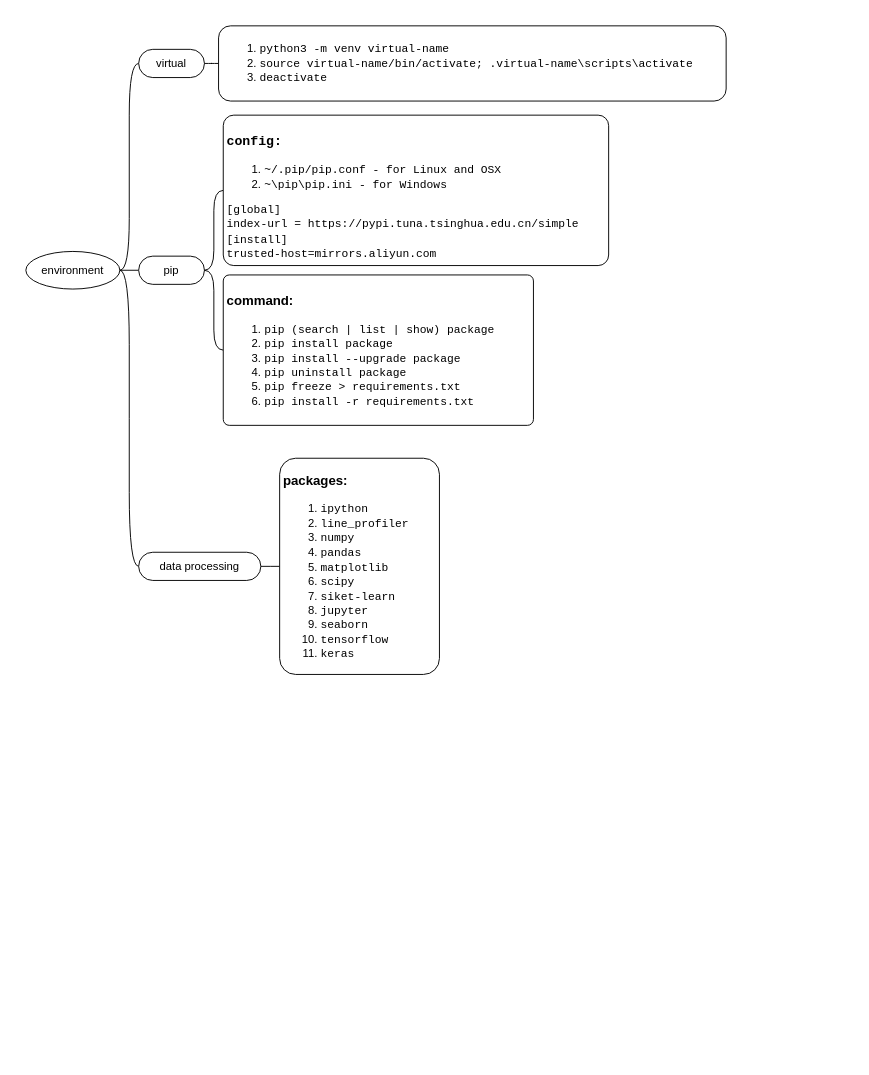
Before: page "config" (1 of 2) of python/python.drawio in yangdj/tf_docs, a draw.io diagram. Source tidied: cells renumbered, new cells numbered last; positions are measured from the earlier drawing's top-left corner, leaving out a move shared by most shapes. Both pictures are drawn from the tidied source at 94%, with x=0, y=0 at pixel (16, 16).
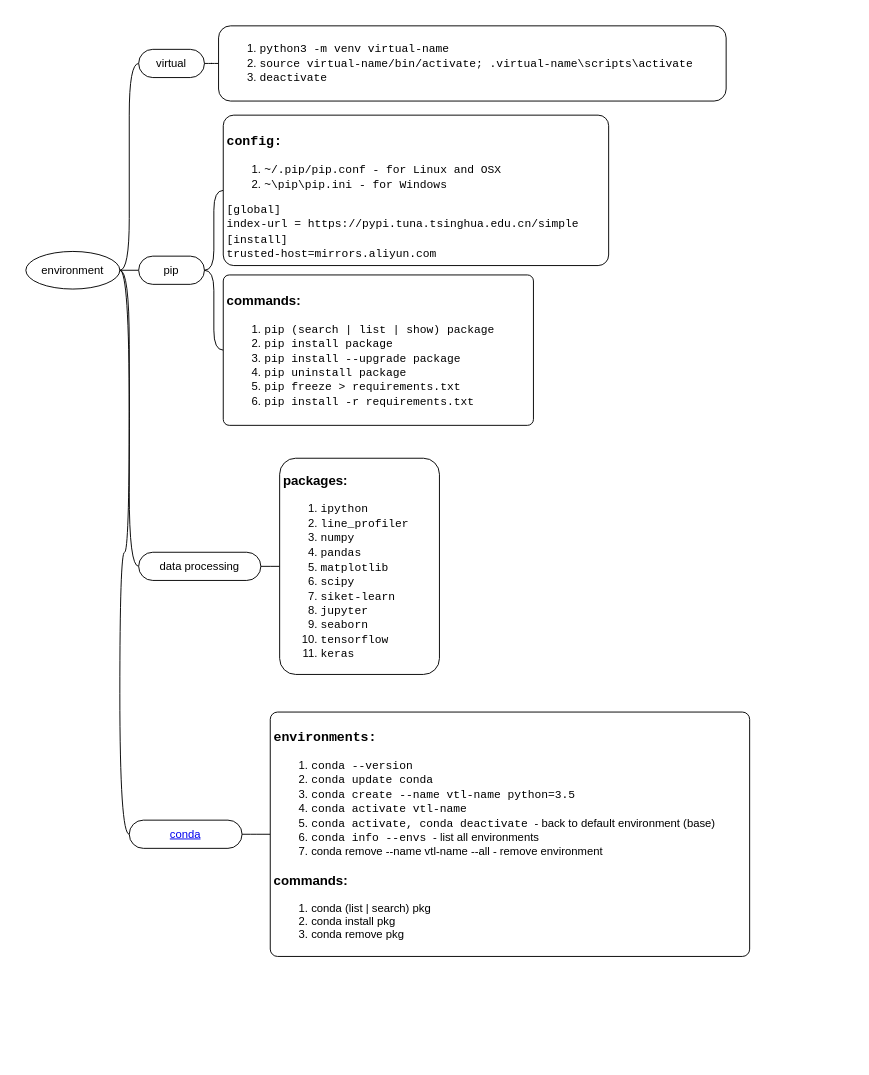
The same diagram, later.

Unchanged cells that the change refers to:
```xml
<mxCell id="4" value="environment" style="ellipse;whiteSpace=wrap;html=1;align=center;newEdgeStyle={&quot;edgeStyle&quot;:&quot;entityRelationEdgeStyle&quot;,&quot;startArrow&quot;:&quot;none&quot;,&quot;endArrow&quot;:&quot;none&quot;,&quot;segment&quot;:10,&quot;curved&quot;:1};" parent="2" vertex="1">
  <mxGeometry x="10" y="250" width="100" height="40" as="geometry" />
</mxCell>
```

Diff of the diagram source:
```diff
@@
     <mxCell id="2" style="swimlane;html=1;startSize=20;horizontal=1;containerType=tree;fillColor=none;strokeColor=none;" parent="1" vertex="1">
-      <mxGeometry width="770" height="810" as="geometry" />
+      <mxGeometry width="890" height="1110" as="geometry" />
     </mxCell>
@@
-    <mxCell id="13" value="&lt;h3&gt;command:&lt;/h3&gt;&lt;ol&gt;&lt;li&gt;&lt;font face=&quot;Courier New&quot;&gt;pip (search | list | show) package&lt;/font&gt;&lt;/li&gt;&lt;li&gt;&lt;font face=&quot;Courier New&quot;&gt;pip install package&lt;/font&gt;&lt;/li&gt;&lt;li&gt;&lt;font face=&quot;Courier New&quot;&gt;pip install --upgrade package&lt;/font&gt;&lt;/li&gt;&lt;li&gt;&lt;font face=&quot;Courier New&quot;&gt;pip uninstall package&lt;/font&gt;&lt;/li&gt;&lt;li&gt;&lt;font face=&quot;Courier New&quot;&gt;pip freeze &amp;gt; requirements.txt&lt;/font&gt;&lt;/li&gt;&lt;li&gt;&lt;font face=&quot;Courier New&quot;&gt;pip install -r requirements.txt&lt;/font&gt;&lt;/li&gt;&lt;/ol&gt;" style="whiteSpace=wrap;html=1;rounded=1;arcSize=4;align=left;verticalAlign=middle;strokeWidth=1;spacing=4;newEdgeStyle={&quot;edgeStyle&quot;:&quot;entityRelationEdgeStyle&quot;,&quot;startArrow&quot;:&quot;none&quot;,&quot;endArrow&quot;:&quot;none&quot;,&quot;segment&quot;:10,&quot;curved&quot;:1};" parent="2" vertex="1">
+    <mxCell id="13" value="&lt;h3&gt;commands:&lt;/h3&gt;&lt;ol&gt;&lt;li&gt;&lt;font face=&quot;Courier New&quot;&gt;pip (search | list | show) package&lt;/font&gt;&lt;/li&gt;&lt;li&gt;&lt;font face=&quot;Courier New&quot;&gt;pip install package&lt;/font&gt;&lt;/li&gt;&lt;li&gt;&lt;font face=&quot;Courier New&quot;&gt;pip install --upgrade package&lt;/font&gt;&lt;/li&gt;&lt;li&gt;&lt;font face=&quot;Courier New&quot;&gt;pip uninstall package&lt;/font&gt;&lt;/li&gt;&lt;li&gt;&lt;font face=&quot;Courier New&quot;&gt;pip freeze &amp;gt; requirements.txt&lt;/font&gt;&lt;/li&gt;&lt;li&gt;&lt;font face=&quot;Courier New&quot;&gt;pip install -r requirements.txt&lt;/font&gt;&lt;/li&gt;&lt;/ol&gt;" style="whiteSpace=wrap;html=1;rounded=1;arcSize=4;align=left;verticalAlign=middle;strokeWidth=1;spacing=4;newEdgeStyle={&quot;edgeStyle&quot;:&quot;entityRelationEdgeStyle&quot;,&quot;startArrow&quot;:&quot;none&quot;,&quot;endArrow&quot;:&quot;none&quot;,&quot;segment&quot;:10,&quot;curved&quot;:1};" parent="2" vertex="1">
       <mxGeometry x="220" y="275" width="330" height="160" as="geometry" />
     </mxCell>
@@
+    <mxCell id="18" style="edgeStyle=entityRelationEdgeStyle;startArrow=none;endArrow=none;segment=10;curved=1;" parent="2" edge="1" source="4" target="19">
+      <mxGeometry relative="1" as="geometry" />
+    </mxCell>
+    <mxCell id="19" value="&lt;a href=&quot;https://conda.io/projects/conda/en/latest/user-guide/getting-started.html&quot;&gt;conda&lt;/a&gt;" style="whiteSpace=wrap;html=1;rounded=1;arcSize=50;align=center;verticalAlign=middle;strokeWidth=1;spacing=4;newEdgeStyle={&quot;edgeStyle&quot;:&quot;entityRelationEdgeStyle&quot;,&quot;startArrow&quot;:&quot;none&quot;,&quot;endArrow&quot;:&quot;none&quot;,&quot;segment&quot;:10,&quot;curved&quot;:1};" parent="2" vertex="1">
+      <mxGeometry x="120" y="855" width="120" height="30" as="geometry" />
+    </mxCell>
+    <mxCell id="20" style="edgeStyle=entityRelationEdgeStyle;startArrow=none;endArrow=none;segment=10;curved=1;" parent="2" edge="1" source="19" target="21">
+      <mxGeometry relative="1" as="geometry" />
+    </mxCell>
+    <mxCell id="21" value="&lt;h3&gt;&lt;span style=&quot;font-family: &amp;#34;courier new&amp;#34;&quot;&gt;environments:&lt;/span&gt;&lt;/h3&gt;&lt;ol&gt;&lt;li&gt;&lt;font face=&quot;Courier New&quot;&gt;conda --version&lt;/font&gt;&lt;/li&gt;&lt;li&gt;&lt;font face=&quot;Courier New&quot;&gt;conda update conda&lt;/font&gt;&lt;/li&gt;&lt;li&gt;&lt;font face=&quot;Courier New&quot;&gt;conda create --name vtl-name python=3.5&lt;/font&gt;&lt;br&gt;&lt;/li&gt;&lt;li&gt;&lt;font face=&quot;Courier New&quot;&gt;conda activate vtl-name&lt;/font&gt;&lt;/li&gt;&lt;li&gt;&lt;font face=&quot;Courier New&quot;&gt;conda activate, conda deactivate&amp;nbsp;&lt;/font&gt;- back to default environment (base)&lt;/li&gt;&lt;li&gt;&lt;font face=&quot;Courier New&quot;&gt;conda info --envs &lt;/font&gt;- list all environments&lt;/li&gt;&lt;li&gt;conda remove --name vtl-name --all - remove environment&amp;nbsp;&lt;/li&gt;&lt;/ol&gt;&lt;h3&gt;commands:&lt;/h3&gt;&lt;div&gt;&lt;ol&gt;&lt;li&gt;conda (list | search) pkg&lt;/li&gt;&lt;li&gt;conda install pkg&lt;/li&gt;&lt;li&gt;conda remove pkg&lt;/li&gt;&lt;/ol&gt;&lt;/div&gt;" style="whiteSpace=wrap;html=1;rounded=1;arcSize=3;align=left;verticalAlign=middle;strokeWidth=1;spacing=4;newEdgeStyle={&quot;edgeStyle&quot;:&quot;entityRelationEdgeStyle&quot;,&quot;startArrow&quot;:&quot;none&quot;,&quot;endArrow&quot;:&quot;none&quot;,&quot;segment&quot;:10,&quot;curved&quot;:1};" parent="2" vertex="1">
+      <mxGeometry x="270" y="740" width="510" height="260" as="geometry" />
+    </mxCell>
```
